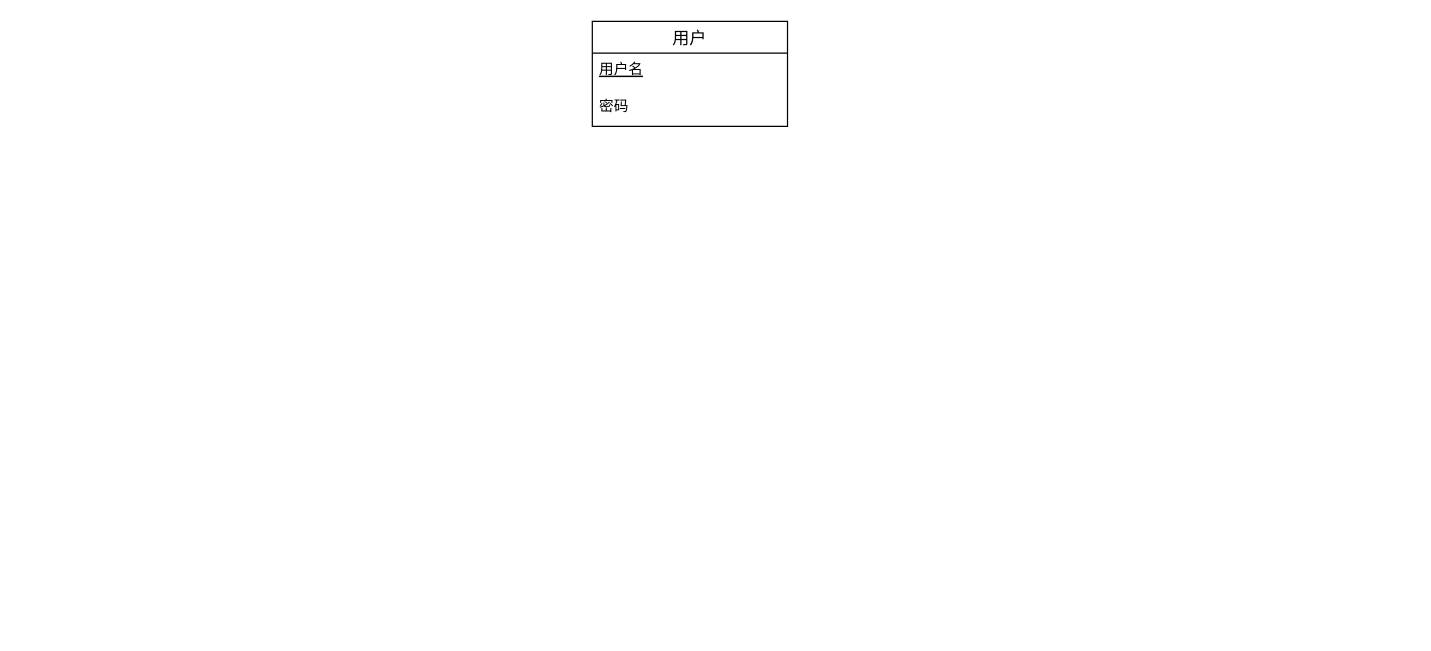
Earlier version of the draw.io diagram Untitled Diagram.drawio (Zhiwuyazhe1/hello-world). Source tidied: cells renumbered, new cells numbered last; positions are measured from the earlier drawing's top-left corner, leaving out a move shared by most shapes. Both pictures are drawn from the tidied source at 122%, with x=0, y=0 at pixel (592, 21).
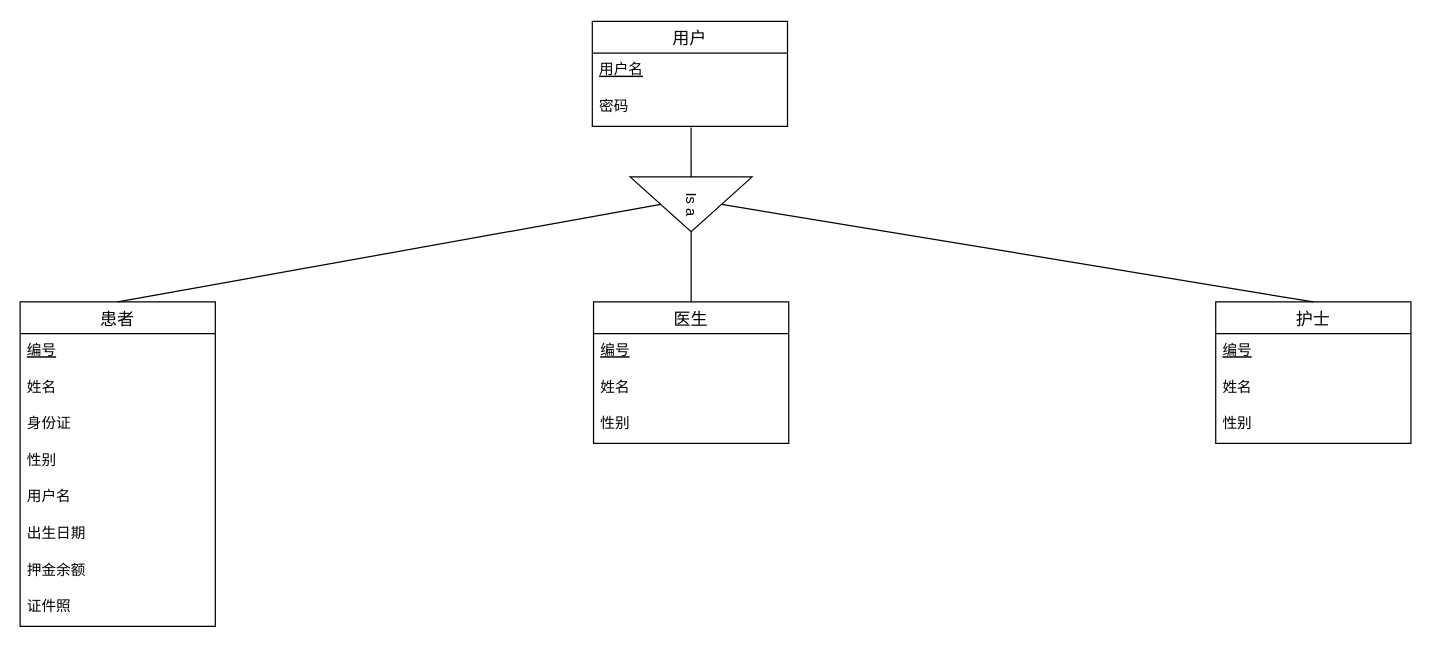
The same diagram, later.

The change refers to these unchanged cells:
```xml
<mxCell id="4" value="密码" style="text;strokeColor=none;fillColor=none;spacingLeft=4;spacingRight=4;overflow=hidden;points=[[0,0.5],[1,0.5]];portConstraint=eastwest;fontSize=12;" parent="2" vertex="1">
  <mxGeometry y="56" width="160" height="30" as="geometry" />
</mxCell>
```

Diff of the diagram source:
```diff
@@
+    <mxCell id="5" value="患者" style="swimlane;fontStyle=0;horizontal=1;startSize=26;align=center;fontSize=14;" parent="1" vertex="1">
+      <mxGeometry x="-469" y="230" width="160" height="266" as="geometry" />
+    </mxCell>
+    <mxCell id="6" value="编号" style="text;strokeColor=none;fillColor=none;spacingLeft=4;spacingRight=4;overflow=hidden;fontSize=12;fontStyle=4;" parent="5" vertex="1">
+      <mxGeometry y="26" width="160" height="30" as="geometry" />
+    </mxCell>
+    <mxCell id="7" value="姓名" style="text;strokeColor=none;fillColor=none;spacingLeft=4;spacingRight=4;overflow=hidden;fontSize=12;" parent="5" vertex="1">
+      <mxGeometry y="56" width="160" height="30" as="geometry" />
+    </mxCell>
+    <mxCell id="8" value="身份证" style="text;strokeColor=none;fillColor=none;spacingLeft=4;spacingRight=4;overflow=hidden;fontSize=12;" parent="5" vertex="1">
+      <mxGeometry y="86" width="160" height="30" as="geometry" />
+    </mxCell>
+    <mxCell id="9" value="性别" style="text;strokeColor=none;fillColor=none;spacingLeft=4;spacingRight=4;overflow=hidden;fontSize=12;" parent="5" vertex="1">
+      <mxGeometry y="116" width="160" height="30" as="geometry" />
+    </mxCell>
+    <mxCell id="10" value="用户名" style="text;strokeColor=none;fillColor=none;spacingLeft=4;spacingRight=4;overflow=hidden;fontSize=12;" parent="5" vertex="1">
+      <mxGeometry y="146" width="160" height="30" as="geometry" />
+    </mxCell>
+    <mxCell id="11" value="出生日期" style="text;strokeColor=none;fillColor=none;spacingLeft=4;spacingRight=4;overflow=hidden;fontSize=12;" parent="5" vertex="1">
+      <mxGeometry y="176" width="160" height="30" as="geometry" />
+    </mxCell>
+    <mxCell id="12" value="押金余额" style="text;strokeColor=none;fillColor=none;spacingLeft=4;spacingRight=4;overflow=hidden;fontSize=12;" parent="5" vertex="1">
+      <mxGeometry y="206" width="160" height="30" as="geometry" />
+    </mxCell>
+    <mxCell id="13" value="证件照" style="text;strokeColor=none;fillColor=none;spacingLeft=4;spacingRight=4;overflow=hidden;fontSize=12;" parent="5" vertex="1">
+      <mxGeometry y="236" width="160" height="30" as="geometry" />
+    </mxCell>
+    <mxCell id="14" value="护士" style="swimlane;fontStyle=0;horizontal=1;startSize=26;align=center;fontSize=14;" parent="1" vertex="1">
+      <mxGeometry x="511" y="230" width="160" height="116" as="geometry" />
+    </mxCell>
+    <mxCell id="15" value="编号" style="text;strokeColor=none;fillColor=none;spacingLeft=4;spacingRight=4;overflow=hidden;fontSize=12;fontStyle=4;" parent="14" vertex="1">
+      <mxGeometry y="26" width="160" height="30" as="geometry" />
+    </mxCell>
+    <mxCell id="16" value="姓名" style="text;strokeColor=none;fillColor=none;spacingLeft=4;spacingRight=4;overflow=hidden;fontSize=12;" parent="14" vertex="1">
+      <mxGeometry y="56" width="160" height="30" as="geometry" />
+    </mxCell>
+    <mxCell id="17" value="性别" style="text;strokeColor=none;fillColor=none;spacingLeft=4;spacingRight=4;overflow=hidden;fontSize=12;" parent="14" vertex="1">
+      <mxGeometry y="86" width="160" height="30" as="geometry" />
+    </mxCell>
+    <mxCell id="18" value="医生" style="swimlane;fontStyle=0;horizontal=1;startSize=26;align=center;fontSize=14;" parent="1" vertex="1">
+      <mxGeometry x="1" y="230" width="160" height="116" as="geometry" />
+    </mxCell>
+    <mxCell id="19" value="编号" style="text;strokeColor=none;fillColor=none;spacingLeft=4;spacingRight=4;overflow=hidden;fontSize=12;fontStyle=4;" parent="18" vertex="1">
+      <mxGeometry y="26" width="160" height="30" as="geometry" />
+    </mxCell>
+    <mxCell id="20" value="姓名" style="text;strokeColor=none;fillColor=none;spacingLeft=4;spacingRight=4;overflow=hidden;fontSize=12;" parent="18" vertex="1">
+      <mxGeometry y="56" width="160" height="30" as="geometry" />
+    </mxCell>
+    <mxCell id="21" value="性别" style="text;strokeColor=none;fillColor=none;spacingLeft=4;spacingRight=4;overflow=hidden;fontSize=12;" parent="18" vertex="1">
+      <mxGeometry y="86" width="160" height="30" as="geometry" />
+    </mxCell>
+    <mxCell id="22" value="Is a" style="triangle;whiteSpace=wrap;html=1;rotation=90;" parent="1" vertex="1">
+      <mxGeometry x="58.5" y="100" width="45" height="100" as="geometry" />
+    </mxCell>
+    <mxCell id="23" style="endArrow=none;html=1;entryX=0.5;entryY=1;entryDx=0;entryDy=0;exitX=0.5;exitY=0;exitDx=0;exitDy=0;" parent="1" edge="1" source="5" target="22">
+      <mxGeometry relative="1" as="geometry" />
+    </mxCell>
+    <mxCell id="24" style="endArrow=none;html=1;entryX=0.5;entryY=0;entryDx=0;entryDy=0;exitX=0.5;exitY=0;exitDx=0;exitDy=0;" parent="1" edge="1" source="22" target="14">
+      <mxGeometry relative="1" as="geometry" />
+    </mxCell>
+    <mxCell id="25" style="endArrow=none;html=1;entryX=1;entryY=0.5;entryDx=0;entryDy=0;exitX=0.5;exitY=0;exitDx=0;exitDy=0;" parent="1" edge="1" source="18" target="22">
+      <mxGeometry relative="1" as="geometry" />
+    </mxCell>
+    <mxCell id="26" style="endArrow=none;html=1;entryX=0.506;entryY=1.033;entryDx=0;entryDy=0;entryPerimeter=0;exitX=0;exitY=0.5;exitDx=0;exitDy=0;" parent="1" edge="1" source="22" target="4">
+      <mxGeometry relative="1" as="geometry" />
+    </mxCell>
```
